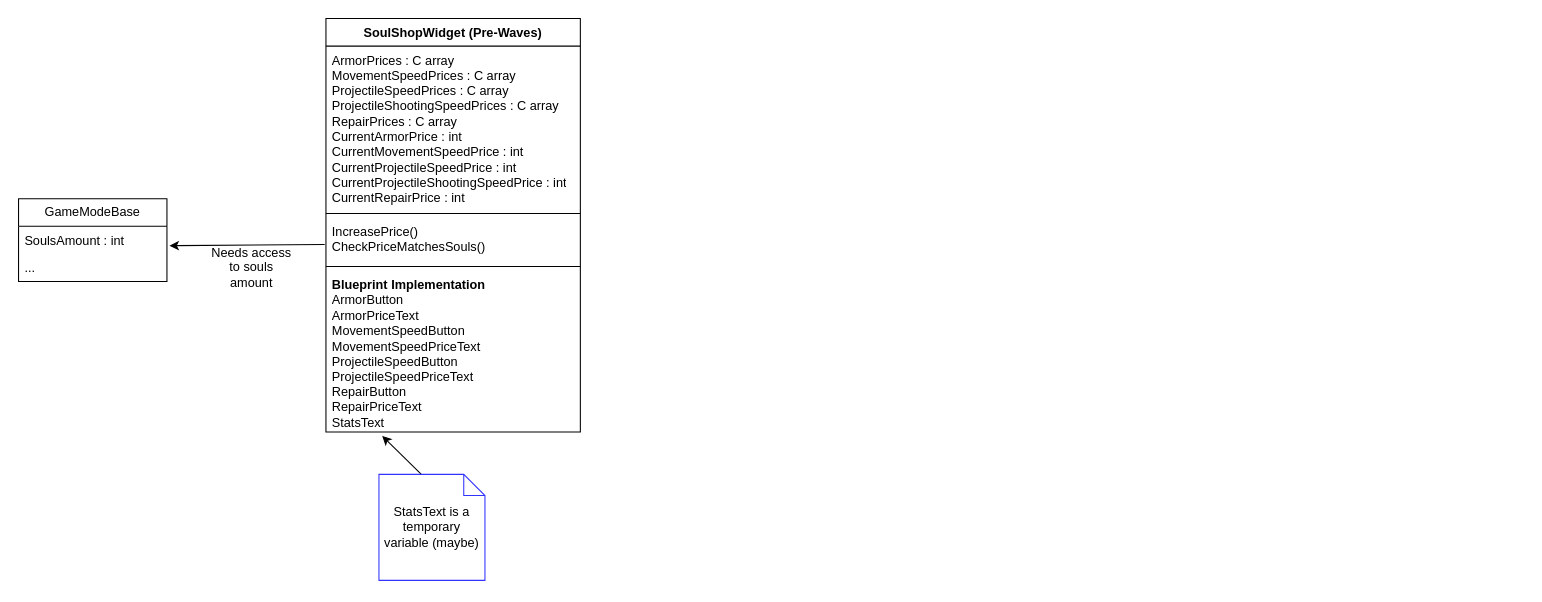
Above: page "SoulShopUML" (2 of 2) of Design/SoulSystemDesign.drawio in Edge321/DragonsDefense_v2 (draw.io), before the change. Source tidied: cells renumbered, new cells numbered last; positions are measured from the earlier drawing's top-left corner, leaving out a move shared by most shapes. Both pictures are drawn from the tidied source at 106%, with x=0, y=0 at pixel (18, 18).
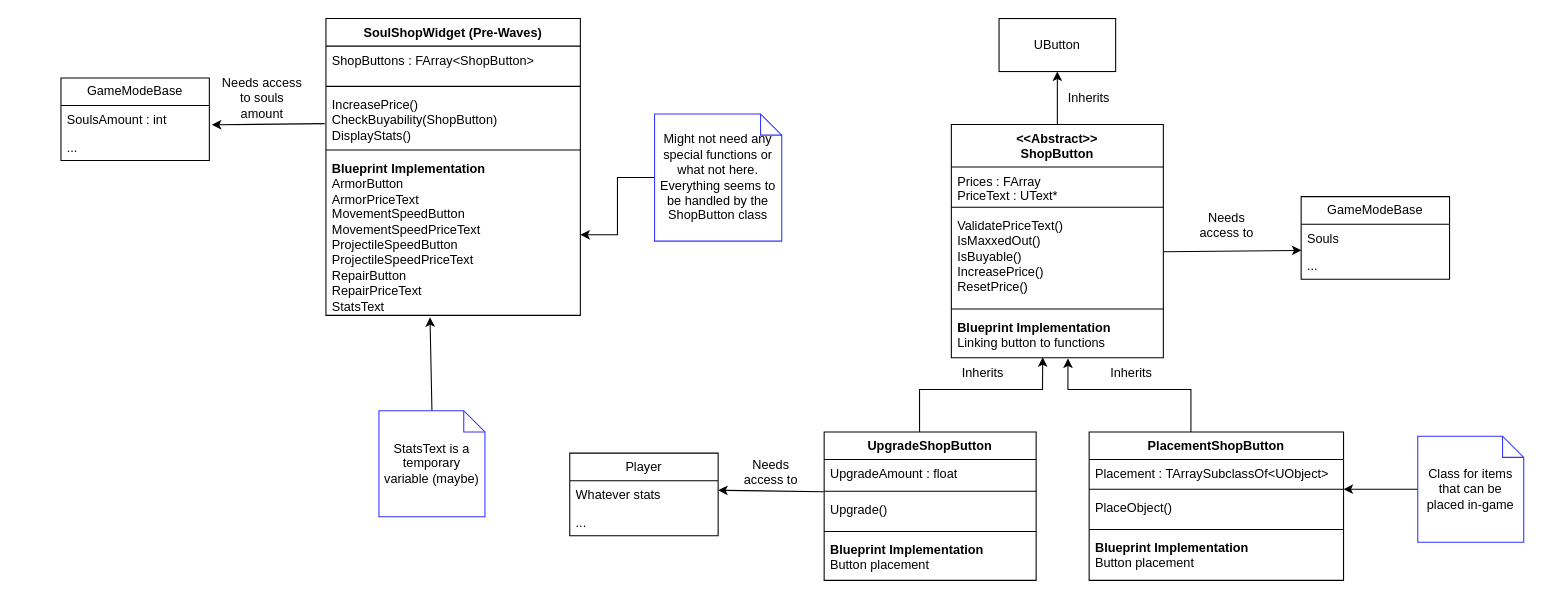
The same diagram, later.

Change to the diagram source:
```diff
@@
     <mxCell id="2" value="SoulShopWidget (Pre-Waves)" style="swimlane;fontStyle=1;align=center;verticalAlign=top;horizontal=1;startSize=26;whiteSpace=wrap;html=1;" parent="1" vertex="1">
-      <mxGeometry x="290" width="240" height="390" as="geometry" />
+      <mxGeometry x="290" width="240" height="280" as="geometry" />
     </mxCell>
-    <mxCell id="3" value="ArmorPrices : C array&lt;br&gt;MovementSpeedPrices : C array&lt;br&gt;ProjectileSpeedPrices : C array&lt;br&gt;ProjectileShootingSpeedPrices : C array&lt;br&gt;RepairPrices : C array&lt;br&gt;CurrentArmorPrice : int&lt;br&gt;CurrentMovementSpeedPrice : int&lt;br&gt;CurrentProjectileSpeedPrice : int&lt;br&gt;CurrentProjectileShootingSpeedPrice : int&lt;br&gt;CurrentRepairPrice : int" style="text;strokeColor=none;fillColor=none;align=left;verticalAlign=top;spacingLeft=4;spacingRight=4;overflow=hidden;whiteSpace=wrap;html=1;" parent="2" vertex="1">
-      <mxGeometry y="26" width="240" height="154" as="geometry" />
+    <mxCell id="3" value="ShopButtons : FArray&amp;lt;ShopButton&amp;gt;" style="text;strokeColor=none;fillColor=none;align=left;verticalAlign=top;spacingLeft=4;spacingRight=4;overflow=hidden;whiteSpace=wrap;html=1;" parent="2" vertex="1">
+      <mxGeometry y="26" width="240" height="34" as="geometry" />
     </mxCell>
     <mxCell id="4" style="line;strokeWidth=1;fillColor=none;align=left;verticalAlign=middle;spacingTop=-1;spacingLeft=3;spacingRight=3;labelPosition=right;strokeColor=inherit;" parent="2" vertex="1">
-      <mxGeometry y="180" width="240" height="8" as="geometry" />
+      <mxGeometry y="60" width="240" height="8" as="geometry" />
     </mxCell>
-    <mxCell id="5" value="IncreasePrice()&lt;br&gt;CheckPriceMatchesSouls()" style="text;strokeColor=none;fillColor=none;align=left;verticalAlign=top;spacingLeft=4;spacingRight=4;overflow=hidden;points=[[0,0.5],[1,0.5]];portConstraint=eastwest;whiteSpace=wrap;html=1;" parent="2" vertex="1">
-      <mxGeometry y="188" width="240" height="42" as="geometry" />
+    <mxCell id="5" value="IncreasePrice()&lt;br&gt;CheckBuyability(ShopButton)&lt;br&gt;DisplayStats()" style="text;strokeColor=none;fillColor=none;align=left;verticalAlign=top;spacingLeft=4;spacingRight=4;overflow=hidden;points=[[0,0.5],[1,0.5]];portConstraint=eastwest;whiteSpace=wrap;html=1;" parent="2" vertex="1">
+      <mxGeometry y="68" width="240" height="52" as="geometry" />
     </mxCell>
     <mxCell id="6" style="line;strokeWidth=1;fillColor=none;align=left;verticalAlign=middle;spacingTop=-1;spacingLeft=3;spacingRight=3;labelPosition=right;strokeColor=inherit;" parent="2" vertex="1">
-      <mxGeometry y="230" width="240" height="8" as="geometry" />
+      <mxGeometry y="120" width="240" height="8" as="geometry" />
     </mxCell>
     <mxCell id="7" value="&lt;b&gt;Blueprint Implementation&lt;/b&gt;&lt;br&gt;ArmorButton&lt;br&gt;ArmorPriceText&lt;br&gt;MovementSpeedButton&lt;br&gt;MovementSpeedPriceText&lt;br&gt;ProjectileSpeedButton&lt;br&gt;ProjectileSpeedPriceText&lt;br&gt;RepairButton&lt;br&gt;RepairPriceText&lt;br&gt;StatsText" style="text;strokeColor=none;fillColor=none;align=left;verticalAlign=top;spacingLeft=4;spacingRight=4;overflow=hidden;points=[[0,0.5],[1,0.5]];portConstraint=eastwest;whiteSpace=wrap;html=1;" parent="2" vertex="1">
-      <mxGeometry y="238" width="240" height="152" as="geometry" />
+      <mxGeometry y="128" width="240" height="152" as="geometry" />
     </mxCell>
@@
     <mxCell id="9" value="GameModeBase" style="swimlane;fontStyle=0;horizontal=1;startSize=26;fillColor=none;whiteSpace=wrap;html=1;" parent="1" vertex="1">
-      <mxGeometry y="170" width="140" height="78" as="geometry" />
+      <mxGeometry x="40" y="56" width="140" height="78" as="geometry" />
     </mxCell>
@@
     <mxCell id="12" value="Needs access to souls amount" style="text;html=1;strokeColor=none;fillColor=none;align=center;verticalAlign=middle;whiteSpace=wrap;rounded=0;" parent="1" vertex="1">
-      <mxGeometry x="180" y="220" width="80" height="30" as="geometry" />
+      <mxGeometry x="190" y="60" width="80" height="30" as="geometry" />
     </mxCell>
-    <mxCell id="13" style="endArrow=classic;html=1;rounded=0;entryX=0.221;entryY=1.024;entryDx=0;entryDy=0;entryPerimeter=0;" parent="1" edge="1" target="7">
-      <mxGeometry relative="1" as="geometry">
-        <mxPoint x="380" y="430" as="sourcePoint" />
-      </mxGeometry>
+    <mxCell id="13" style="endArrow=classic;html=1;rounded=0;entryX=0.409;entryY=1.012;entryDx=0;entryDy=0;entryPerimeter=0;exitX=0.5;exitY=0;exitDx=0;exitDy=0;exitPerimeter=0;" parent="1" edge="1" source="14" target="7">
+      <mxGeometry relative="1" as="geometry" />
     </mxCell>
     <mxCell id="14" value="StatsText is a temporary variable (maybe)" style="shape=note;size=20;whiteSpace=wrap;html=1;strokeColor=#3333FF;" parent="1" vertex="1">
-      <mxGeometry x="340" y="430" width="100" height="100" as="geometry" />
+      <mxGeometry x="340" y="370" width="100" height="100" as="geometry" />
     </mxCell>
+    <mxCell id="15" value="&amp;lt;&amp;lt;Abstract&amp;gt;&amp;gt;&lt;br&gt;ShopButton" style="swimlane;fontStyle=1;align=center;verticalAlign=top;horizontal=1;startSize=40;whiteSpace=wrap;html=1;" parent="1" vertex="1">
+      <mxGeometry x="880" y="100" width="200" height="220" as="geometry" />
+    </mxCell>
+    <mxCell id="16" value="Prices : FArray&lt;br&gt;PriceText : UText*" style="text;strokeColor=none;fillColor=none;align=left;verticalAlign=top;spacingLeft=4;spacingRight=4;overflow=hidden;whiteSpace=wrap;html=1;" parent="15" vertex="1">
+      <mxGeometry y="40" width="200" height="34" as="geometry" />
+    </mxCell>
+    <mxCell id="17" style="line;strokeWidth=1;fillColor=none;align=left;verticalAlign=middle;spacingTop=-1;spacingLeft=3;spacingRight=3;labelPosition=right;strokeColor=inherit;" parent="15" vertex="1">
+      <mxGeometry y="74" width="200" height="8" as="geometry" />
+    </mxCell>
+    <mxCell id="18" value="ValidatePriceText()&lt;br&gt;IsMaxxedOut()&lt;br&gt;IsBuyable()&lt;br&gt;IncreasePrice()&lt;br&gt;ResetPrice()" style="text;strokeColor=none;fillColor=none;align=left;verticalAlign=top;spacingLeft=4;spacingRight=4;overflow=hidden;whiteSpace=wrap;html=1;" parent="15" vertex="1">
+      <mxGeometry y="82" width="200" height="88" as="geometry" />
+    </mxCell>
+    <mxCell id="19" style="line;strokeWidth=1;fillColor=none;align=left;verticalAlign=middle;spacingTop=-1;spacingLeft=3;spacingRight=3;labelPosition=right;strokeColor=inherit;" parent="15" vertex="1">
+      <mxGeometry y="170" width="200" height="8" as="geometry" />
+    </mxCell>
+    <mxCell id="20" value="&lt;b&gt;Blueprint Implementation&lt;/b&gt;&lt;br&gt;Linking button to functions" style="text;strokeColor=none;fillColor=none;align=left;verticalAlign=top;spacingLeft=4;spacingRight=4;overflow=hidden;points=[[0,0.5],[1,0.5]];portConstraint=eastwest;whiteSpace=wrap;html=1;" parent="15" vertex="1">
+      <mxGeometry y="178" width="200" height="42" as="geometry" />
+    </mxCell>
+    <mxCell id="21" style="endArrow=classic;html=1;rounded=0;exitX=0.5;exitY=0;exitDx=0;exitDy=0;entryX=0.5;entryY=1;entryDx=0;entryDy=0;" parent="1" edge="1" source="15" target="22">
+      <mxGeometry relative="1" as="geometry" />
+    </mxCell>
+    <mxCell id="22" value="UButton" style="html=1;whiteSpace=wrap;" parent="1" vertex="1">
+      <mxGeometry x="925" width="110" height="50" as="geometry" />
+    </mxCell>
+    <mxCell id="23" value="Inherits" style="text;html=1;strokeColor=none;fillColor=none;align=center;verticalAlign=middle;whiteSpace=wrap;rounded=0;" parent="1" vertex="1">
+      <mxGeometry x="980" y="60" width="60" height="30" as="geometry" />
+    </mxCell>
+    <mxCell id="24" style="endArrow=classic;html=1;rounded=0;entryX=0.431;entryY=0.989;entryDx=0;entryDy=0;entryPerimeter=0;" parent="1" edge="1" target="20">
+      <mxGeometry relative="1" as="geometry">
+        <mxPoint x="850" y="390" as="sourcePoint" />
+        <Array as="points">
+          <mxPoint x="850" y="350" />
+          <mxPoint x="966" y="350" />
+        </Array>
+      </mxGeometry>
+    </mxCell>
+    <mxCell id="25" value="UpgradeShopButton" style="swimlane;fontStyle=1;align=center;verticalAlign=top;horizontal=1;startSize=26;whiteSpace=wrap;html=1;" parent="1" vertex="1">
+      <mxGeometry x="760" y="390" width="200" height="140" as="geometry" />
+    </mxCell>
+    <mxCell id="26" value="UpgradeAmount : float" style="text;strokeColor=none;fillColor=none;align=left;verticalAlign=top;spacingLeft=4;spacingRight=4;overflow=hidden;whiteSpace=wrap;html=1;" parent="25" vertex="1">
+      <mxGeometry y="26" width="200" height="26" as="geometry" />
+    </mxCell>
+    <mxCell id="27" style="line;strokeWidth=1;fillColor=none;align=left;verticalAlign=middle;spacingTop=-1;spacingLeft=3;spacingRight=3;labelPosition=right;strokeColor=inherit;" parent="25" vertex="1">
+      <mxGeometry y="52" width="200" height="8" as="geometry" />
+    </mxCell>
+    <mxCell id="28" value="Upgrade()" style="text;strokeColor=none;fillColor=none;align=left;verticalAlign=top;spacingLeft=4;spacingRight=4;overflow=hidden;points=[[0,0.5],[1,0.5]];portConstraint=eastwest;whiteSpace=wrap;html=1;" parent="25" vertex="1">
+      <mxGeometry y="60" width="200" height="30" as="geometry" />
+    </mxCell>
+    <mxCell id="29" style="line;strokeWidth=1;fillColor=none;align=left;verticalAlign=middle;spacingTop=-1;spacingLeft=3;spacingRight=3;labelPosition=right;strokeColor=inherit;" parent="25" vertex="1">
+      <mxGeometry y="90" width="200" height="8" as="geometry" />
+    </mxCell>
+    <mxCell id="30" value="&lt;b&gt;Blueprint Implementation&lt;/b&gt;&lt;br&gt;Button placement" style="text;strokeColor=none;fillColor=none;align=left;verticalAlign=top;spacingLeft=4;spacingRight=4;overflow=hidden;whiteSpace=wrap;html=1;" parent="25" vertex="1">
+      <mxGeometry y="98" width="200" height="42" as="geometry" />
+    </mxCell>
+    <mxCell id="31" value="Inherits" style="text;html=1;strokeColor=none;fillColor=none;align=center;verticalAlign=middle;whiteSpace=wrap;rounded=0;" parent="1" vertex="1">
+      <mxGeometry x="880" y="320" width="60" height="30" as="geometry" />
+    </mxCell>
+    <mxCell id="32" style="endArrow=classic;html=1;rounded=0;entryX=0.55;entryY=1.015;entryDx=0;entryDy=0;entryPerimeter=0;" parent="1" edge="1" target="20">
+      <mxGeometry relative="1" as="geometry">
+        <mxPoint x="1106" y="390" as="sourcePoint" />
+        <Array as="points">
+          <mxPoint x="1106" y="350" />
+          <mxPoint x="990" y="350" />
+        </Array>
+      </mxGeometry>
+    </mxCell>
+    <mxCell id="33" value="Inherits" style="text;html=1;strokeColor=none;fillColor=none;align=center;verticalAlign=middle;whiteSpace=wrap;rounded=0;" parent="1" vertex="1">
+      <mxGeometry x="1020" y="320" width="60" height="30" as="geometry" />
+    </mxCell>
+    <mxCell id="34" value="PlacementShopButton" style="swimlane;fontStyle=1;align=center;verticalAlign=top;horizontal=1;startSize=26;whiteSpace=wrap;html=1;" parent="1" vertex="1">
+      <mxGeometry x="1010" y="390" width="240" height="140" as="geometry" />
+    </mxCell>
+    <mxCell id="35" value="Placement : TArraySubclassOf&amp;lt;UObject&amp;gt;" style="text;strokeColor=none;fillColor=none;align=left;verticalAlign=top;spacingLeft=4;spacingRight=4;overflow=hidden;whiteSpace=wrap;html=1;" parent="34" vertex="1">
+      <mxGeometry y="26" width="240" height="24" as="geometry" />
+    </mxCell>
+    <mxCell id="36" style="line;strokeWidth=1;fillColor=none;align=left;verticalAlign=middle;spacingTop=-1;spacingLeft=3;spacingRight=3;labelPosition=right;points=[];portConstraint=eastwest;strokeColor=inherit;" parent="34" vertex="1">
+      <mxGeometry y="50" width="240" height="8" as="geometry" />
+    </mxCell>
+    <mxCell id="37" value="PlaceObject()" style="text;strokeColor=none;fillColor=none;align=left;verticalAlign=top;spacingLeft=4;spacingRight=4;overflow=hidden;whiteSpace=wrap;html=1;" parent="34" vertex="1">
+      <mxGeometry y="58" width="240" height="30" as="geometry" />
+    </mxCell>
+    <mxCell id="38" style="line;strokeWidth=1;fillColor=none;align=left;verticalAlign=middle;spacingTop=-1;spacingLeft=3;spacingRight=3;labelPosition=right;strokeColor=inherit;" parent="34" vertex="1">
+      <mxGeometry y="88" width="240" height="8" as="geometry" />
+    </mxCell>
+    <mxCell id="39" value="&lt;b&gt;Blueprint Implementation&lt;/b&gt;&lt;br&gt;Button placement" style="text;strokeColor=none;fillColor=none;align=left;verticalAlign=top;spacingLeft=4;spacingRight=4;overflow=hidden;whiteSpace=wrap;html=1;" parent="34" vertex="1">
+      <mxGeometry y="96" width="240" height="44" as="geometry" />
+    </mxCell>
+    <mxCell id="40" style="edgeStyle=orthogonalEdgeStyle;rounded=0;jettySize=auto;html=1;" parent="1" edge="1" source="41" target="36">
+      <mxGeometry relative="1" as="geometry" />
+    </mxCell>
+    <mxCell id="41" value="Class for items that can be placed in-game" style="shape=note;size=20;whiteSpace=wrap;html=1;strokeColor=#3333FF;" parent="1" vertex="1">
+      <mxGeometry x="1320" y="394" width="100" height="100" as="geometry" />
+    </mxCell>
+    <mxCell id="42" style="edgeStyle=orthogonalEdgeStyle;rounded=0;jettySize=auto;html=1;" parent="1" edge="1" source="43" target="7">
+      <mxGeometry relative="1" as="geometry" />
+    </mxCell>
+    <mxCell id="43" value="Might not need any special functions or what not here. Everything seems to be handled by the ShopButton class" style="shape=note;size=20;whiteSpace=wrap;html=1;strokeColor=#3333FF;" parent="1" vertex="1">
+      <mxGeometry x="600" y="90" width="120" height="120" as="geometry" />
+    </mxCell>
+    <mxCell id="44" style="endArrow=classic;html=1;rounded=0;exitX=-0.002;exitY=-0.121;exitDx=0;exitDy=0;exitPerimeter=0;entryX=1;entryY=0.5;entryDx=0;entryDy=0;" parent="1" edge="1" source="28">
+      <mxGeometry relative="1" as="geometry">
+        <mxPoint x="660" y="445" as="targetPoint" />
+      </mxGeometry>
+    </mxCell>
+    <mxCell id="45" value="Needs access to" style="text;html=1;strokeColor=none;fillColor=none;align=center;verticalAlign=middle;whiteSpace=wrap;rounded=0;" parent="1" vertex="1">
+      <mxGeometry x="680" y="413" width="60" height="30" as="geometry" />
+    </mxCell>
+    <mxCell id="46" value="Player" style="swimlane;fontStyle=0;horizontal=1;startSize=26;fillColor=none;whiteSpace=wrap;html=1;" parent="1" vertex="1">
+      <mxGeometry x="520" y="410" width="140" height="78" as="geometry" />
+    </mxCell>
+    <mxCell id="47" value="Whatever stats" style="text;strokeColor=none;fillColor=none;align=left;verticalAlign=top;spacingLeft=4;spacingRight=4;overflow=hidden;whiteSpace=wrap;html=1;" parent="46" vertex="1">
+      <mxGeometry y="26" width="140" height="26" as="geometry" />
+    </mxCell>
+    <mxCell id="48" value="..." style="text;strokeColor=none;fillColor=none;align=left;verticalAlign=top;spacingLeft=4;spacingRight=4;overflow=hidden;whiteSpace=wrap;html=1;" parent="46" vertex="1">
+      <mxGeometry y="52" width="140" height="26" as="geometry" />
+    </mxCell>
+    <mxCell id="49" style="endArrow=classic;html=1;rounded=0;entryX=0.002;entryY=-0.05;entryDx=0;entryDy=0;entryPerimeter=0;" parent="1" edge="1" target="52">
+      <mxGeometry relative="1" as="geometry">
+        <mxPoint x="1080" y="220" as="sourcePoint" />
+      </mxGeometry>
+    </mxCell>
+    <mxCell id="50" value="GameModeBase" style="swimlane;fontStyle=0;horizontal=1;startSize=26;fillColor=none;whiteSpace=wrap;html=1;" parent="1" vertex="1">
+      <mxGeometry x="1210" y="168" width="140" height="78" as="geometry" />
+    </mxCell>
+    <mxCell id="51" value="Souls" style="text;strokeColor=none;fillColor=none;align=left;verticalAlign=top;spacingLeft=4;spacingRight=4;overflow=hidden;whiteSpace=wrap;html=1;" parent="50" vertex="1">
+      <mxGeometry y="26" width="140" height="26" as="geometry" />
+    </mxCell>
+    <mxCell id="52" value="..." style="text;strokeColor=none;fillColor=none;align=left;verticalAlign=top;spacingLeft=4;spacingRight=4;overflow=hidden;points=[[0,0.5],[1,0.5]];portConstraint=eastwest;whiteSpace=wrap;html=1;" parent="50" vertex="1">
+      <mxGeometry y="52" width="140" height="26" as="geometry" />
+    </mxCell>
+    <mxCell id="53" value="Needs access to" style="text;html=1;strokeColor=none;fillColor=none;align=center;verticalAlign=middle;whiteSpace=wrap;rounded=0;" parent="1" vertex="1">
+      <mxGeometry x="1110" y="180" width="60" height="30" as="geometry" />
+    </mxCell>
```
